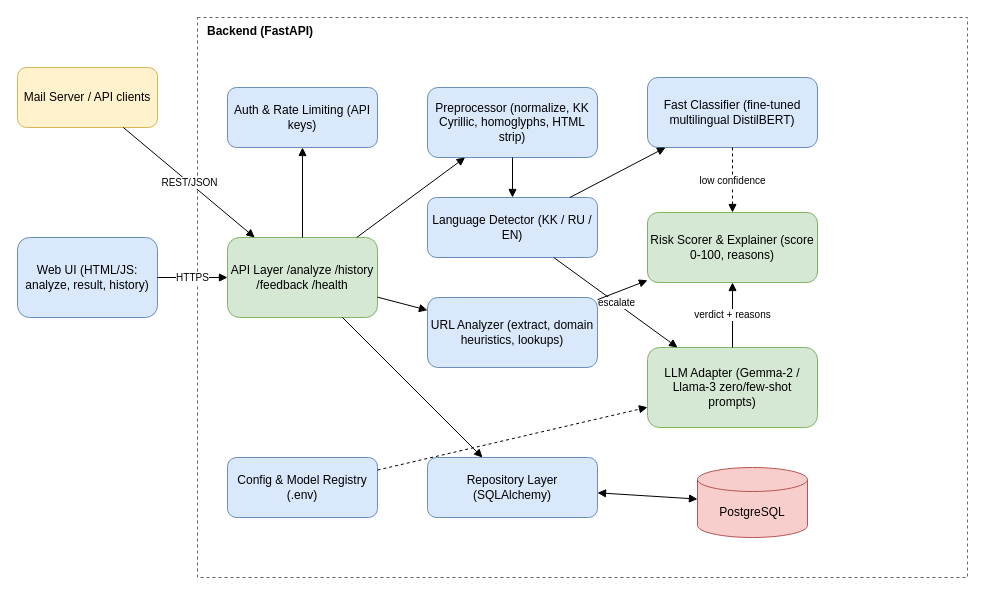
Above: diagrams/03_component_draft.drawio in Islam-ITUni/multilingual-phishing-detection-llm (draw.io), before the change. Source tidied: cells renumbered, new cells numbered last; positions are measured from the earlier drawing's top-left corner, leaving out a move shared by most shapes. Both pictures are drawn from the tidied source at 100%, with x=0, y=0 at pixel (17, 17).
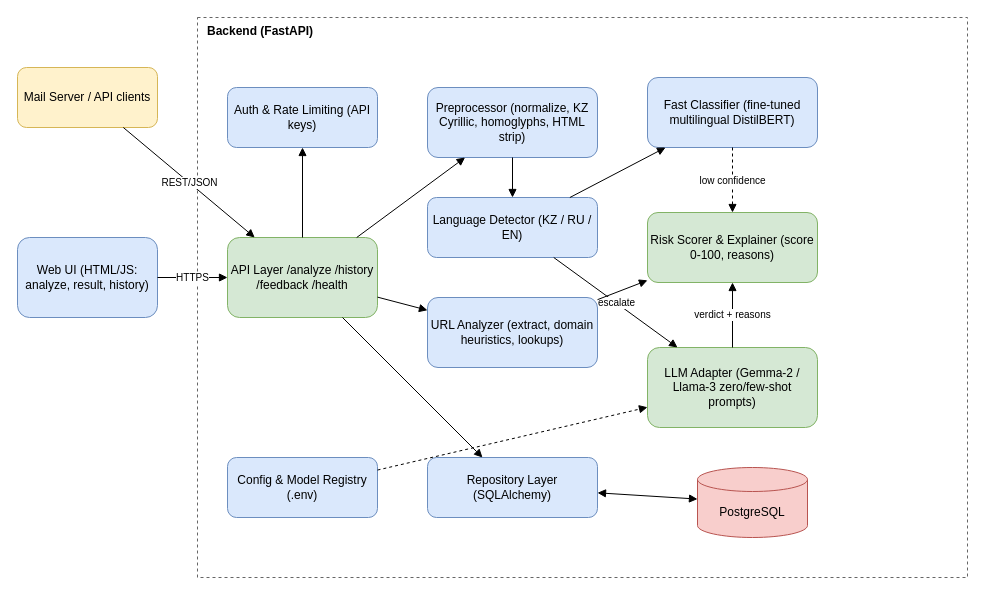
After the change.

Commit message (it also covers changes not shown here):
MPD-11: Update component draft diagram

Diff of the diagram source:
```diff
@@
-    <mxCell id="7" value="Preprocessor (normalize, KK Cyrillic, homoglyphs, HTML strip)" style="rounded=1;whiteSpace=wrap;html=1;fillColor=#DAE8FC;strokeColor=#6C8EBF;" parent="1" vertex="1">
+    <mxCell id="7" value="Preprocessor (normalize, KZ Cyrillic, homoglyphs, HTML strip)" style="rounded=1;whiteSpace=wrap;html=1;fillColor=#DAE8FC;strokeColor=#6C8EBF;" parent="1" vertex="1">
       <mxGeometry x="410" y="70" width="170" height="70" as="geometry" />
     </mxCell>
-    <mxCell id="8" value="Language Detector (KK / RU / EN)" style="rounded=1;whiteSpace=wrap;html=1;fillColor=#DAE8FC;strokeColor=#6C8EBF;" parent="1" vertex="1">
+    <mxCell id="8" value="Language Detector (KZ / RU / EN)" style="rounded=1;whiteSpace=wrap;html=1;fillColor=#DAE8FC;strokeColor=#6C8EBF;" parent="1" vertex="1">
       <mxGeometry x="410" y="180" width="170" height="60" as="geometry" />
     </mxCell>
```
